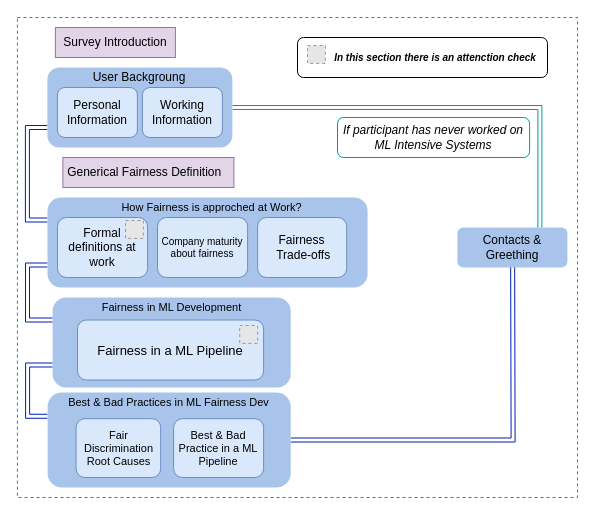
Before: Diagrammi/Survey Structural diagram V 4.drawio in CFerrara98/Empirical-Investigation-On-Fairness-Development, a draw.io diagram. Source tidied: cells renumbered, new cells numbered last; positions are measured from the earlier drawing's top-left corner, leaving out a move shared by most shapes. Both pictures are drawn from the tidied source at 100%, with x=0, y=0 at pixel (17, 17). Pictures stored in the file or linked from it are replaced by grey dashed boxes.
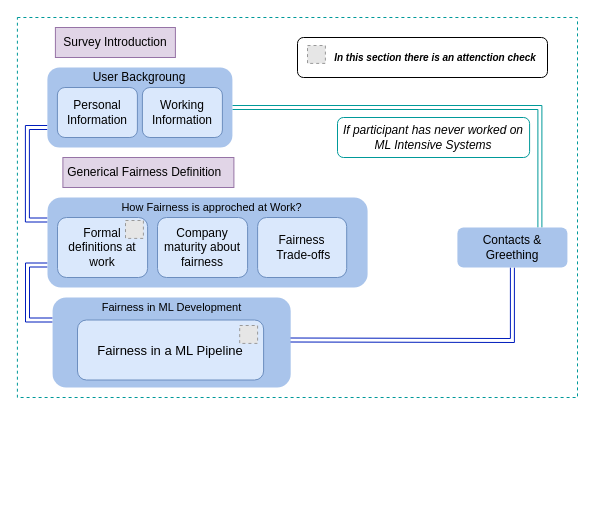
The same page after the edit.

Unchanged cells that the change refers to:
```xml
<mxCell id="18" style="rounded=1;whiteSpace=wrap;html=1;fillColor=#A9C4EB;strokeColor=none;" parent="1" vertex="1">
  <mxGeometry x="35.1" y="280" width="238.1" height="90" as="geometry" />
</mxCell>
<mxCell id="25" value="Contacts &amp;amp; Greething" style="rounded=1;whiteSpace=wrap;html=1;fillColor=#A9C4EB;strokeColor=none;" parent="1" vertex="1">
  <mxGeometry x="439.9" y="210" width="110" height="40" as="geometry" />
</mxCell>
```

Diff of the diagram source:
```diff
@@
     <mxCell id="2" style="rounded=0;whiteSpace=wrap;html=1;strokeColor=#009999;fontSize=11;dashed=1;" parent="1" vertex="1">
-      <mxGeometry x="-0.1" width="560.1" height="480" as="geometry" />
+      <mxGeometry x="-0.1" width="560.1" height="380" as="geometry" />
     </mxCell>
@@
-    <mxCell id="16" value="Company maturity about fairness" style="rounded=1;whiteSpace=wrap;html=1;fillColor=#dae8fc;strokeColor=#6c8ebf;fontSize=10;" parent="1" vertex="1">
+    <mxCell id="16" value="&lt;font style=&quot;font-size: 12px&quot;&gt;Company maturity about fairness&lt;/font&gt;" style="rounded=1;whiteSpace=wrap;html=1;fillColor=#dae8fc;strokeColor=#6c8ebf;fontSize=10;" parent="1" vertex="1">
       <mxGeometry x="140" y="200" width="90.1" height="60" as="geometry" />
     </mxCell>
-    <mxCell id="17" style="edgeStyle=orthogonalEdgeStyle;shape=link;rounded=0;jettySize=auto;html=1;exitX=0;exitY=0.75;exitDx=0;exitDy=0;entryX=0;entryY=0.25;entryDx=0;entryDy=0;fontSize=11;strokeColor=#001DBC;fillColor=#0050ef;" parent="1" edge="1" source="18" target="22">
-      <mxGeometry relative="1" as="geometry" />
-    </mxCell>
@@
-    <mxCell id="21" style="edgeStyle=orthogonalEdgeStyle;shape=link;rounded=0;jettySize=auto;html=1;entryX=0.5;entryY=1;entryDx=0;entryDy=0;fontSize=11;fillColor=#0050ef;strokeColor=#001DBC;" parent="1" edge="1" source="22">
+    <mxCell id="21" style="edgeStyle=orthogonalEdgeStyle;shape=link;rounded=0;jettySize=auto;html=1;entryX=0.5;entryY=1;entryDx=0;entryDy=0;fontSize=11;fillColor=#0050ef;strokeColor=#001DBC;" parent="1" edge="1" target="25">
       <mxGeometry relative="1" as="geometry">
-        <mxPoint x="495.1" y="220" as="targetPoint" />
+        <mxPoint x="273" y="322.5" as="sourcePoint" />
       </mxGeometry>
     </mxCell>
-    <mxCell id="22" style="rounded=1;whiteSpace=wrap;html=1;fillColor=#A9C4EB;strokeColor=none;" parent="1" vertex="1">
-      <mxGeometry x="30.1" y="375" width="243.1" height="95" as="geometry" />
-    </mxCell>
-    <mxCell id="23" value="Fair Discrimination Root Causes" style="rounded=1;whiteSpace=wrap;html=1;fillColor=#dae8fc;strokeColor=#6c8ebf;fontSize=11;" parent="1" vertex="1">
-      <mxGeometry x="58.6" y="401.2" width="84.6" height="58.8" as="geometry" />
-    </mxCell>
-    <mxCell id="24" value="Best &amp;amp; Bad Practices in ML Fairness Dev" style="text;html=1;strokeColor=none;fillColor=none;align=center;verticalAlign=middle;whiteSpace=wrap;rounded=0;fontSize=11;" parent="1" vertex="1">
-      <mxGeometry x="45.3" y="375" width="213" height="20" as="geometry" />
-    </mxCell>
@@
-    <mxCell id="31" value="Best &amp;amp; Bad Practice in a ML Pipeline" style="rounded=1;whiteSpace=wrap;html=1;fillColor=#dae8fc;strokeColor=#6c8ebf;fontSize=11;" parent="1" vertex="1">
-      <mxGeometry x="156.1" y="401.2" width="90" height="58.8" as="geometry" />
-    </mxCell>
```
